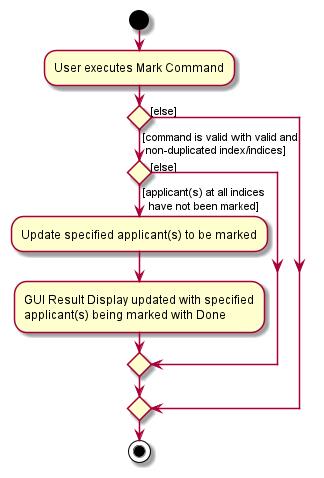
The PlantUML diagram docs/images/MarkCommandActivityDiagram.png in nus-cs2103-AY2122S1/tp, before a commit.
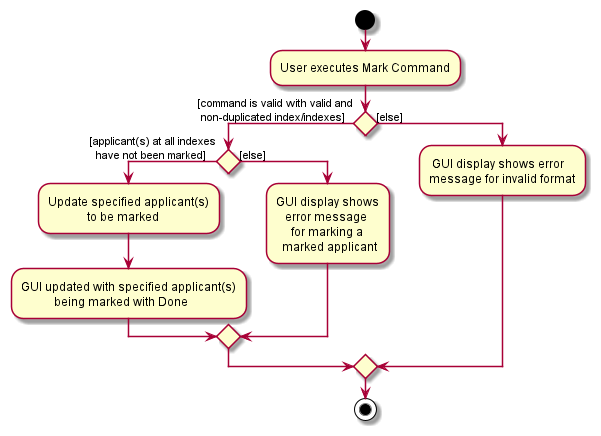
Above is the later version.

Commit message:
Update Activity Diagrams

Change to the diagram source:
```diff
@@ -5,21 +5,28 @@
 
 
 if () then ([command is valid with valid and
- non-duplicated index/indices])
+ non-duplicated index/indexes])
 
-    if () then ([applicant(s) at all indices
+    if () then ([applicant(s) at all indexes
   have not been marked])
 
-    :Update specified applicant(s) to be marked;
+    :Update specified applicant(s)
+                 to be marked;
 
-    :GUI Result Display updated with specified
-    applicant(s) being marked with Done;
+    :GUI updated with specified applicant(s)
+               being marked with Done;
 
     else ([else])
+    :GUI display shows
+       error message
+         for marking a
+      marked applicant;
 
     endif
 
 else([else])
+: GUI display shows error
+message for invalid format;
 
 
 endif
```
